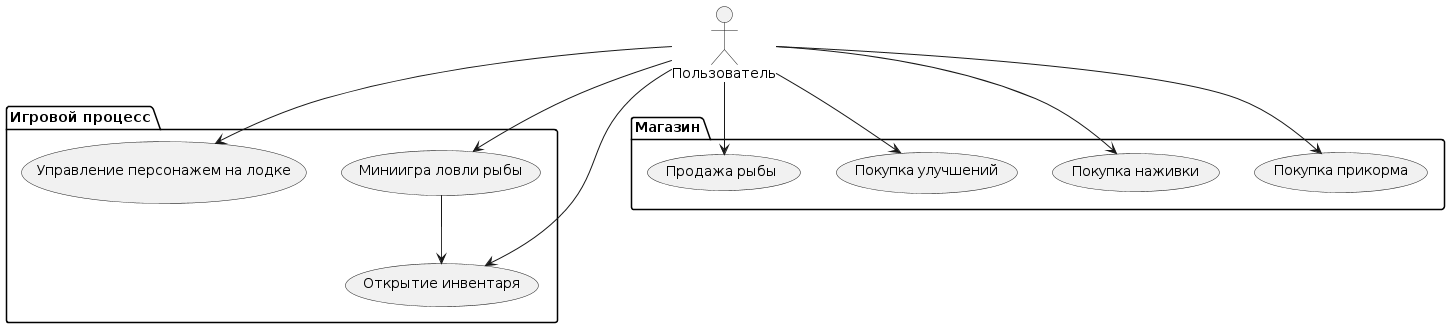
The PlantUML diagram docs/diagrams/use_cases.png in lenk6663/studying, before a commit. Its source is kept beside it as docs/diagrams/use_cases.puml.
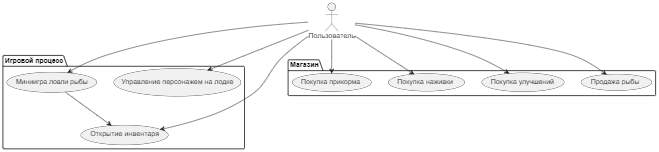
After the change.

Diff of the diagram source:
```diff
@@ -1,4 +1,4 @@
-@startuml
+@startuml Диаграмма вариантов использования
 actor "Пользователь" as User
 package "Игровой процесс" {
     usecase "Управление персонажем на лодке" as Movement
```
